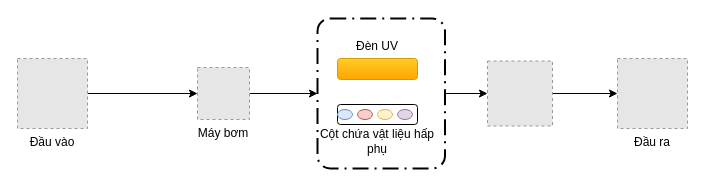
This is page "Page-1" (1 of 2) of so-do-draw/vk.drawio from letheanh12345/Draw-io, a draw.io file, before an edit. Source tidied: cells renumbered, new cells numbered last; positions are measured from the earlier drawing's top-left corner, leaving out a move shared by most shapes. Both pictures are drawn from the tidied source at 100%, with x=0, y=0 at pixel (17, 18). Pictures stored in the file or linked from it are replaced by grey dashed boxes.
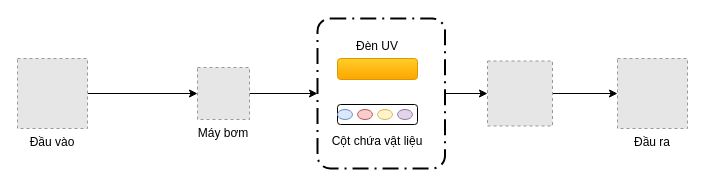
The same diagram, later.

Change to the diagram source:
```diff
@@
 <mxGraphModel>
   <root>
     <mxCell id="0" />
     <mxCell id="1" parent="0" />
     <mxCell id="2" style="edgeStyle=orthogonalEdgeStyle;rounded=0;jettySize=auto;html=1;" parent="1" edge="1" source="3" target="5">
       <mxGeometry relative="1" as="geometry" />
     </mxCell>
     <mxCell id="3" value="Đầu vào" style="fillColor=#E6E6E6;strokeColor=#999999;dashed=1;verticalLabelPosition=bottom;labelBackgroundColor=default;verticalAlign=top;" parent="1" vertex="1">
       <mxGeometry y="40" width="70" height="70" as="geometry" />
     </mxCell>
     <mxCell id="4" style="edgeStyle=orthogonalEdgeStyle;rounded=0;jettySize=auto;html=1;entryX=0;entryY=0.5;entryDx=0;entryDy=0;entryPerimeter=0;" parent="1" edge="1" source="5" target="10">
       <mxGeometry relative="1" as="geometry" />
     </mxCell>
     <mxCell id="5" value="Máy bơm" style="fillColor=#E6E6E6;strokeColor=#999999;dashed=1;verticalLabelPosition=bottom;labelBackgroundColor=default;verticalAlign=top;" parent="1" vertex="1">
       <mxGeometry x="180" y="49" width="52" height="52" as="geometry" />
     </mxCell>
     <mxCell id="6" style="edgeStyle=orthogonalEdgeStyle;rounded=0;jettySize=auto;html=1;entryX=0;entryY=0.5;entryDx=0;entryDy=0;" parent="1" edge="1" source="7" target="8">
       <mxGeometry relative="1" as="geometry" />
     </mxCell>
     <mxCell id="7" style="fillColor=#E6E6E6;strokeColor=#999999;dashed=1;verticalLabelPosition=bottom;labelBackgroundColor=default;verticalAlign=top;" parent="1" vertex="1">
       <mxGeometry x="470" y="42.5" width="65" height="65" as="geometry" />
     </mxCell>
     <mxCell id="8" value="Đầu ra" style="fillColor=#E6E6E6;strokeColor=#999999;dashed=1;verticalLabelPosition=bottom;labelBackgroundColor=default;verticalAlign=top;" parent="1" vertex="1">
       <mxGeometry x="600" y="40" width="70" height="70" as="geometry" />
     </mxCell>
     <mxCell id="9" style="edgeStyle=orthogonalEdgeStyle;rounded=0;jettySize=auto;html=1;" parent="1" edge="1" source="10" target="7">
       <mxGeometry relative="1" as="geometry" />
     </mxCell>
     <mxCell id="10" style="points=[[0.25,0,0],[0.5,0,0],[0.75,0,0],[1,0.25,0],[1,0.5,0],[1,0.75,0],[0.75,1,0],[0.5,1,0],[0.25,1,0],[0,0.75,0],[0,0.5,0],[0,0.25,0]];rounded=1;arcSize=10;dashed=1;strokeColor=#000000;fillColor=none;gradientColor=none;dashPattern=8 3 1 3;strokeWidth=2;" parent="1" vertex="1">
       <mxGeometry x="300" width="127.5" height="150" as="geometry" />
     </mxCell>
     <mxCell id="11" style="rounded=1;whiteSpace=wrap;html=1;" parent="1" vertex="1">
       <mxGeometry x="320" y="86" width="80" height="20" as="geometry" />
     </mxCell>
     <mxCell id="12" style="ellipse;whiteSpace=wrap;html=1;fillColor=#dae8fc;strokeColor=#6c8ebf;" parent="1" vertex="1">
       <mxGeometry x="320" y="91" width="15" height="10" as="geometry" />
     </mxCell>
     <mxCell id="13" style="ellipse;whiteSpace=wrap;html=1;fillColor=#f8cecc;strokeColor=#b85450;" parent="1" vertex="1">
       <mxGeometry x="340" y="91" width="15" height="10" as="geometry" />
     </mxCell>
     <mxCell id="14" style="ellipse;whiteSpace=wrap;html=1;fillColor=#fff2cc;strokeColor=#d6b656;" parent="1" vertex="1">
       <mxGeometry x="360" y="91" width="15" height="10" as="geometry" />
     </mxCell>
     <mxCell id="15" style="ellipse;whiteSpace=wrap;html=1;fillColor=#e1d5e7;strokeColor=#9673a6;" parent="1" vertex="1">
       <mxGeometry x="380" y="91" width="15" height="10" as="geometry" />
     </mxCell>
     <mxCell id="16" value="Đèn UV" style="text;html=1;strokeColor=none;fillColor=none;align=center;verticalAlign=middle;whiteSpace=wrap;rounded=0;" parent="1" vertex="1">
       <mxGeometry x="330" y="12.5" width="60" height="30" as="geometry" />
     </mxCell>
-    <mxCell id="17" value="Cột chứa vật liệu hấp phụ" style="text;html=1;strokeColor=none;fillColor=none;align=center;verticalAlign=middle;whiteSpace=wrap;rounded=0;" parent="1" vertex="1">
+    <mxCell id="17" value="Cột chứa vật liệu" style="text;html=1;strokeColor=none;fillColor=none;align=center;verticalAlign=middle;whiteSpace=wrap;rounded=0;" parent="1" vertex="1">
       <mxGeometry x="295" y="107.5" width="130" height="30" as="geometry" />
     </mxCell>
     <mxCell id="18" style="rounded=1;whiteSpace=wrap;html=1;fillColor=#ffcd28;gradientColor=#ffa500;strokeColor=#d79b00;" parent="1" vertex="1">
       <mxGeometry x="320" y="40" width="80" height="21" as="geometry" />
     </mxCell>
   </root>
 </mxGraphModel>
```
